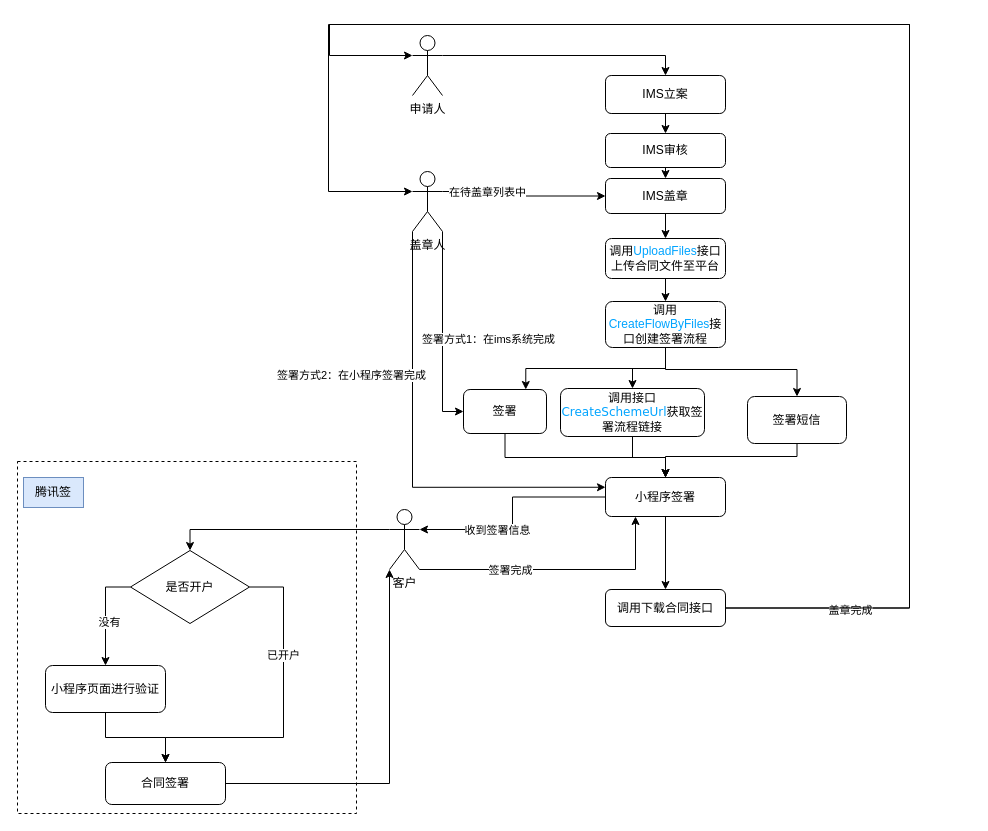
This is page "腾讯签" (2 of 2) of CFCA.drawio from hy986/Repo_0110, a draw.io file, before an edit. Source tidied: cells renumbered, new cells numbered last; positions are measured from the earlier drawing's top-left corner, leaving out a move shared by most shapes. Both pictures are drawn from the tidied source at 100%, with x=0, y=0 at pixel (17, 24).
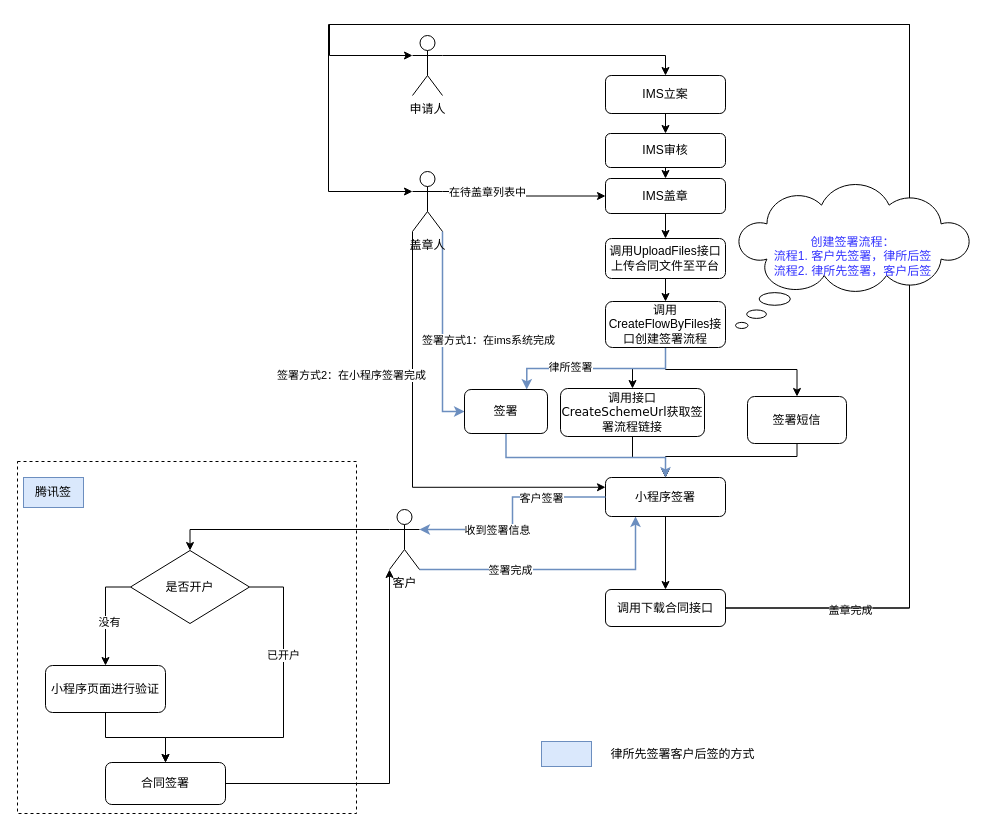
The same page after the edit.

The change refers to these unchanged cells:
```xml
<mxCell id="14" value="盖章人" style="shape=umlActor;verticalLabelPosition=bottom;verticalAlign=top;html=1;outlineConnect=0;" parent="1" vertex="1">
  <mxGeometry x="395" y="147" width="30" height="60" as="geometry" />
</mxCell>
<mxCell id="18" value="客户" style="shape=umlActor;verticalLabelPosition=bottom;verticalAlign=top;html=1;outlineConnect=0;" parent="1" vertex="1">
  <mxGeometry x="372" y="485" width="30" height="60" as="geometry" />
</mxCell>
<mxCell id="33" value="小程序签署" style="rounded=1;whiteSpace=wrap;html=1;" parent="1" vertex="1">
  <mxGeometry x="588" y="453" width="120" height="39" as="geometry" />
</mxCell>
```

Diff of the diagram source:
```diff
@@
-    <mxCell id="12" style="edgeStyle=orthogonalEdgeStyle;rounded=0;jettySize=auto;html=1;exitX=1;exitY=1;exitDx=0;exitDy=0;exitPerimeter=0;entryX=0;entryY=0.5;entryDx=0;entryDy=0;" parent="1" edge="1" source="14" target="51">
+    <mxCell id="12" style="edgeStyle=orthogonalEdgeStyle;rounded=0;jettySize=auto;html=1;exitX=1;exitY=1;exitDx=0;exitDy=0;exitPerimeter=0;entryX=0;entryY=0.5;entryDx=0;entryDy=0;fillColor=#dae8fc;strokeColor=#6c8ebf;strokeWidth=1.5;" parent="1" edge="1" source="14" target="51">
       <mxGeometry relative="1" as="geometry" />
     </mxCell>
@@
-    <mxCell id="16" style="edgeStyle=orthogonalEdgeStyle;rounded=0;jettySize=auto;html=1;exitX=1;exitY=1;exitDx=0;exitDy=0;exitPerimeter=0;entryX=0.25;entryY=1;entryDx=0;entryDy=0;" parent="1" edge="1" source="18" target="33">
+    <mxCell id="16" style="edgeStyle=orthogonalEdgeStyle;rounded=0;jettySize=auto;html=1;exitX=1;exitY=1;exitDx=0;exitDy=0;exitPerimeter=0;entryX=0.25;entryY=1;entryDx=0;entryDy=0;fillColor=#dae8fc;strokeColor=#6c8ebf;strokeWidth=1.5;" parent="1" edge="1" source="18" target="33">
       <mxGeometry relative="1" as="geometry">
         <Array as="points">
           <mxPoint x="618" y="545" />
         </Array>
       </mxGeometry>
     </mxCell>
@@
-    <mxCell id="24" value="调用&lt;a href=&quot;https://cloud.tencent.com/document/api/1323/73066&quot; style=&quot;color: rgb(0, 164, 255); border: none; text-decoration-line: none; box-sizing: border-box; list-style: inherit; text-align: left; background-color: rgb(255, 255, 255);&quot;&gt;&lt;font style=&quot;&quot;&gt;UploadFiles&lt;/font&gt;&lt;/a&gt;接口上传合同文件至平台" style="rounded=1;whiteSpace=wrap;html=1;" parent="1" vertex="1">
+    <mxCell id="24" value="&lt;font style=&quot;color: rgb(0, 0, 0);&quot;&gt;调用&lt;font style=&quot;&quot;&gt;UploadFiles&lt;/font&gt;接口上传合同文件至平台&lt;/font&gt;" style="rounded=1;whiteSpace=wrap;html=1;" parent="1" vertex="1">
       <mxGeometry x="588" y="214" width="120" height="40" as="geometry" />
     </mxCell>
@@
-    <mxCell id="27" style="edgeStyle=orthogonalEdgeStyle;rounded=0;jettySize=auto;html=1;exitX=0.5;exitY=1;exitDx=0;exitDy=0;entryX=0.75;entryY=0;entryDx=0;entryDy=0;" parent="1" edge="1" source="28" target="51">
+    <mxCell id="27" style="edgeStyle=orthogonalEdgeStyle;rounded=0;jettySize=auto;html=1;exitX=0.5;exitY=1;exitDx=0;exitDy=0;entryX=0.75;entryY=0;entryDx=0;entryDy=0;fillColor=#dae8fc;strokeColor=#6c8ebf;strokeWidth=1.5;" parent="1" edge="1" source="28" target="51">
       <mxGeometry relative="1" as="geometry" />
     </mxCell>
+    <mxCell id="52" value="律所签署" style="edgeLabel;html=1;align=center;verticalAlign=middle;" parent="27" vertex="1">
+      <mxGeometry x="0.3" y="-2" relative="1" as="geometry" />
+    </mxCell>
-    <mxCell id="28" value="调用&lt;a href=&quot;https://cloud.tencent.com/document/api/1323/70360&quot; style=&quot;color: rgb(0, 164, 255); border: none; text-decoration-line: none; box-sizing: border-box; list-style: inherit; text-align: left; background-color: rgb(255, 255, 255);&quot;&gt;&lt;font style=&quot;&quot; face=&quot;Helvetica&quot;&gt;CreateFlowByFiles&lt;/font&gt;&lt;/a&gt;接口创建签署流程" style="rounded=1;whiteSpace=wrap;html=1;" parent="1" vertex="1">
+    <mxCell id="28" value="调用&lt;font style=&quot;&quot; face=&quot;Helvetica&quot;&gt;CreateFlowByFiles&lt;/font&gt;接口创建签署流程" style="rounded=1;whiteSpace=wrap;html=1;" parent="1" vertex="1">
       <mxGeometry x="588" y="277" width="120" height="46" as="geometry" />
     </mxCell>
@@
-    <mxCell id="30" value="调用接口&lt;a href=&quot;https://cloud.tencent.com/document/api/1323/70359&quot; style=&quot;color: rgb(0, 164, 255); border: none; text-decoration-line: none; box-sizing: border-box; list-style: inherit; text-align: left; background-color: rgb(255, 255, 255);&quot;&gt;&lt;font style=&quot;&quot; face=&quot;Verdana&quot;&gt;CreateSchemeUrl&lt;/font&gt;&lt;/a&gt;获取签署流程链接" style="rounded=1;whiteSpace=wrap;html=1;" parent="1" vertex="1">
+    <mxCell id="30" value="调用接口&lt;font style=&quot;&quot; face=&quot;Verdana&quot;&gt;CreateSchemeUrl&lt;/font&gt;获取签署流程链接" style="rounded=1;whiteSpace=wrap;html=1;" parent="1" vertex="1">
       <mxGeometry x="543" y="364" width="144" height="48" as="geometry" />
     </mxCell>
@@
-    <mxCell id="34" style="edgeStyle=orthogonalEdgeStyle;rounded=0;jettySize=auto;html=1;exitX=0;exitY=0.5;exitDx=0;exitDy=0;entryX=1;entryY=0.3333333333333333;entryDx=0;entryDy=0;entryPerimeter=0;" parent="1" edge="1" source="33" target="18">
+    <mxCell id="34" style="edgeStyle=orthogonalEdgeStyle;rounded=0;jettySize=auto;html=1;exitX=0;exitY=0.5;exitDx=0;exitDy=0;entryX=1;entryY=0.3333333333333333;entryDx=0;entryDy=0;entryPerimeter=0;fillColor=#dae8fc;strokeColor=#6c8ebf;strokeWidth=1.5;" parent="1" edge="1" source="33" target="18">
       <mxGeometry relative="1" as="geometry" />
     </mxCell>
@@
+    <mxCell id="53" value="客户签署" style="edgeLabel;html=1;align=center;verticalAlign=middle;" parent="34" vertex="1">
+      <mxGeometry x="-0.29" relative="1" as="geometry">
+        <mxPoint x="13" y="1" as="offset" />
+      </mxGeometry>
+    </mxCell>
@@
-    <mxCell id="50" style="edgeStyle=orthogonalEdgeStyle;rounded=0;jettySize=auto;html=1;exitX=0.5;exitY=1;exitDx=0;exitDy=0;entryX=0.5;entryY=0;entryDx=0;entryDy=0;" parent="1" edge="1" source="51" target="33">
+    <mxCell id="50" style="edgeStyle=orthogonalEdgeStyle;rounded=0;jettySize=auto;html=1;exitX=0.5;exitY=1;exitDx=0;exitDy=0;entryX=0.5;entryY=0;entryDx=0;entryDy=0;fillColor=#dae8fc;strokeColor=#6c8ebf;strokeWidth=1.5;" parent="1" edge="1" source="51" target="33">
       <mxGeometry relative="1" as="geometry">
         <Array as="points">
           <mxPoint x="488" y="433" />
           <mxPoint x="648" y="433" />
         </Array>
       </mxGeometry>
     </mxCell>
     <mxCell id="51" value="签署" style="rounded=1;whiteSpace=wrap;html=1;" parent="1" vertex="1">
-      <mxGeometry x="446" y="365" width="83" height="44" as="geometry" />
+      <mxGeometry x="447" y="365" width="83" height="44" as="geometry" />
     </mxCell>
+    <mxCell id="54" value="&lt;font style=&quot;color: rgb(51, 51, 255);&quot;&gt;创建签署流程：&lt;br&gt;流程1. 客户先签署，律所后签&lt;br&gt;流程2. 律所先签署，客户后签&lt;/font&gt;" style="whiteSpace=wrap;html=1;shape=mxgraph.basic.cloud_callout;" parent="1" vertex="1">
+      <mxGeometry x="718" y="160" width="235" height="144" as="geometry" />
+    </mxCell>
+    <mxCell id="55" style="rounded=0;whiteSpace=wrap;html=1;fillColor=#dae8fc;strokeColor=#6c8ebf;" parent="1" vertex="1">
+      <mxGeometry x="524" y="717" width="50" height="25" as="geometry" />
+    </mxCell>
+    <mxCell id="56" value="律所先签署客户后签的方式" style="rounded=0;whiteSpace=wrap;html=1;strokeColor=none;" parent="1" vertex="1">
+      <mxGeometry x="580" y="717" width="171" height="25" as="geometry" />
+    </mxCell>
```
